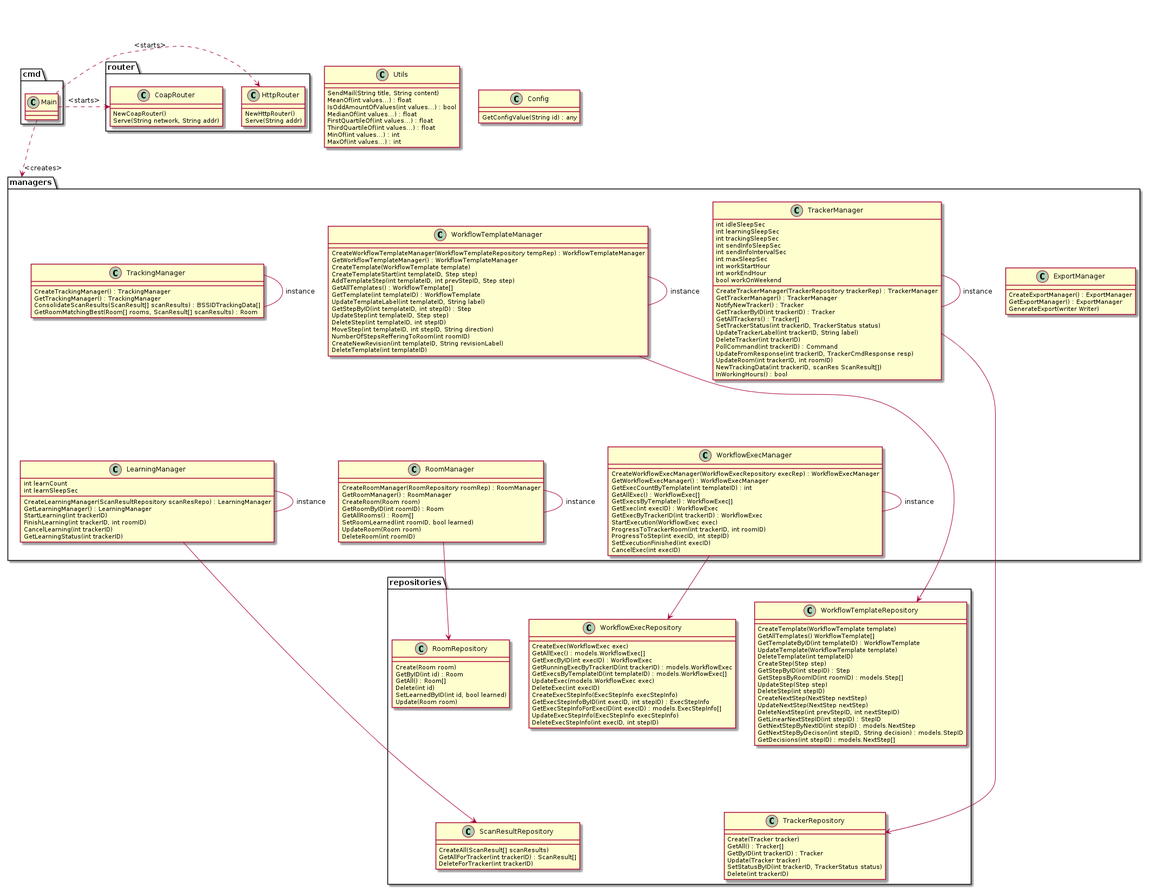
Before: paper/images/server_architecture.png, a diagram exported from PlantUML (glidingthroughspace/paper-tracker).
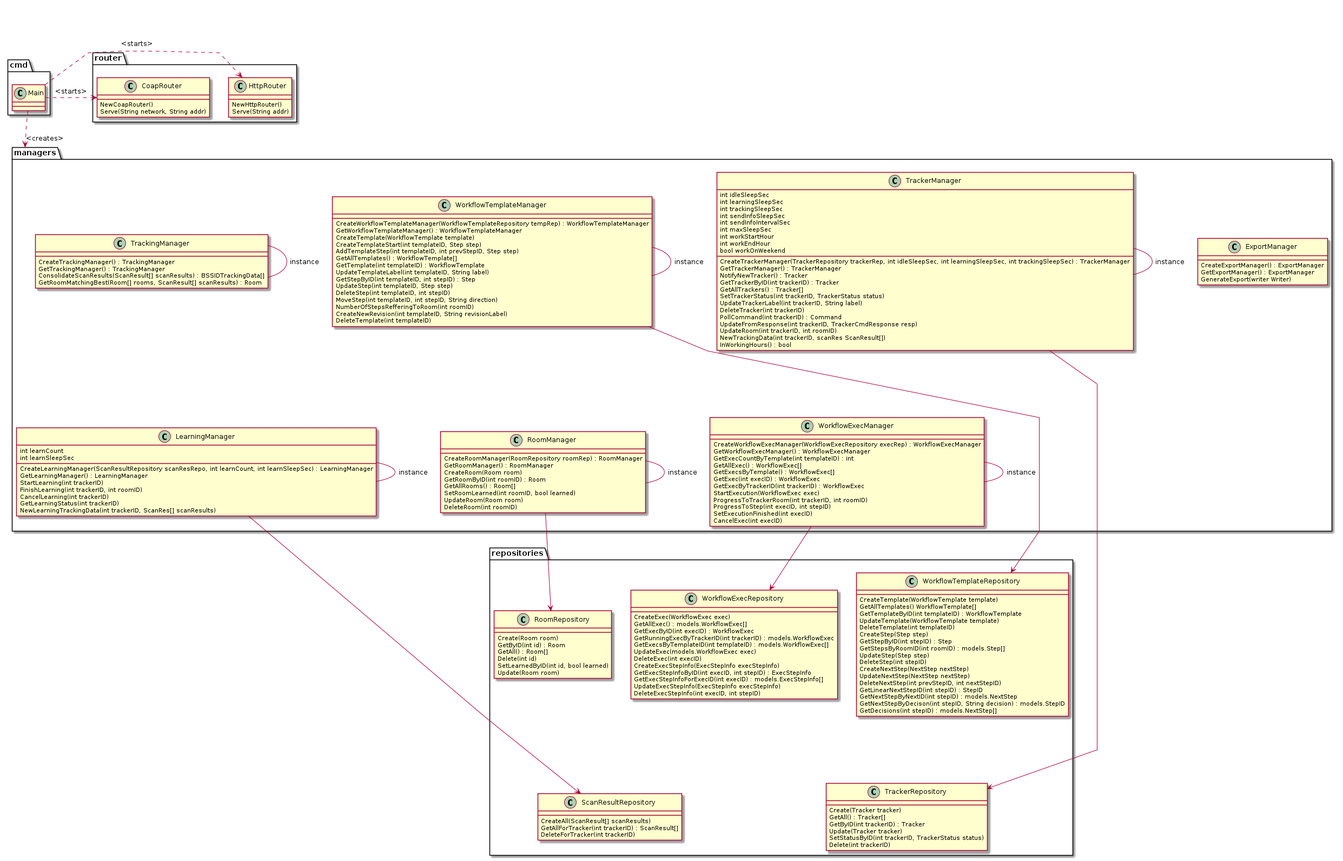
Above is the later version.

What changed in the source:
```diff
@@ -1,4 +1,6 @@
 @startuml
+skinparam linetype polyline
+
 package cmd {
   class Main {
   }
@@ -16,32 +18,18 @@
   }
 }
 
-class Utils {
-  SendMail(String title, String content)
-  MeanOf(int values...) : float
-  IsOddAmountOfValues(int values...) : bool
-  MedianOf(int values...) : float
-  FirstQuartileOf(int values...) : float
-  ThirdQuartileOf(int values...) : float
-  MinOf(int values...) : int
-  MaxOf(int values...) : int
-}
-
-class Config {
-  GetConfigValue(String id) : any
-}
-
 package managers {
   class LearningManager {
     int learnCount
     int learnSleepSec
 
-    CreateLearningManager(ScanResultRepository scanResRepo) : LearningManager
+    CreateLearningManager(ScanResultRepository scanResRepo, int learnCount, int learnSleepSec) : LearningManager
     GetLearningManager() : LearningManager
     StartLearning(int trackerID)
     FinishLearning(int trackerID, int roomID)
     CancelLearning(int trackerID)
     GetLearningStatus(int trackerID)
+    NewLearningTrackingData(int trackerID, ScanRes[] scanResults)
   }
 
   class RoomManager {
@@ -66,7 +54,7 @@
     int workEndHour
     bool workOnWeekend
 
-    CreateTrackerManager(TrackerRepository trackerRep) : TrackerManager
+    CreateTrackerManager(TrackerRepository trackerRep, int idleSleepSec, int learningSleepSec, int trackingSleepSec) : TrackerManager
     GetTrackerManager() : TrackerManager
     NotifyNewTracker() : Tracker
     GetTrackerByID(int trackerID) : Tracker
@@ -207,7 +195,7 @@
 Main .> HttpRouter : <starts>
 Main .> CoapRouter : <starts>
 
-Main -[hidden]- ExportManager
+HttpRouter -[hidden]- ExportManager
 
 WorkflowTemplateManager -[hidden]- RoomManager
 TrackingManager -[hidden]- LearningManager
```
